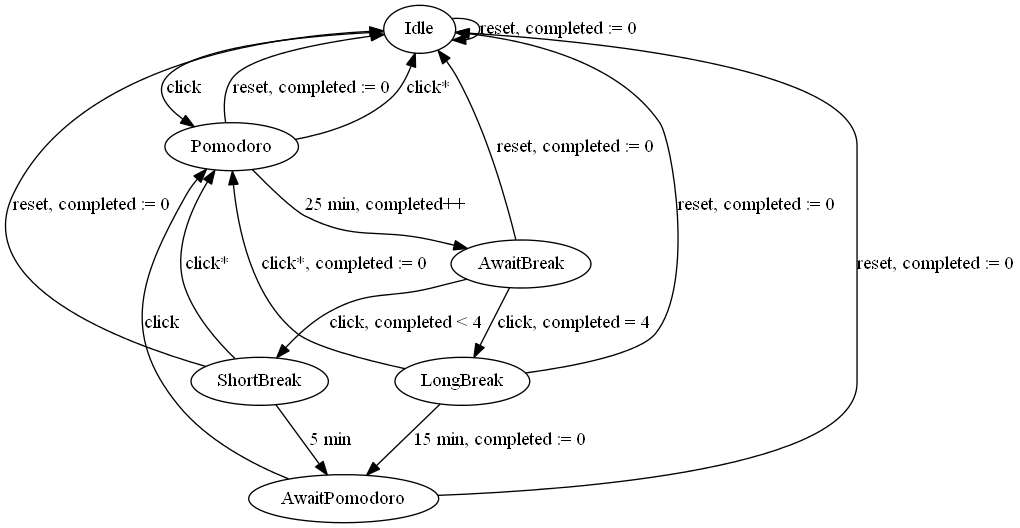
This is doc/timer-states.png from bram85/QTomato, a Graphviz export, as it was before one commit. Its source is kept beside it as doc/timer-states.gv.
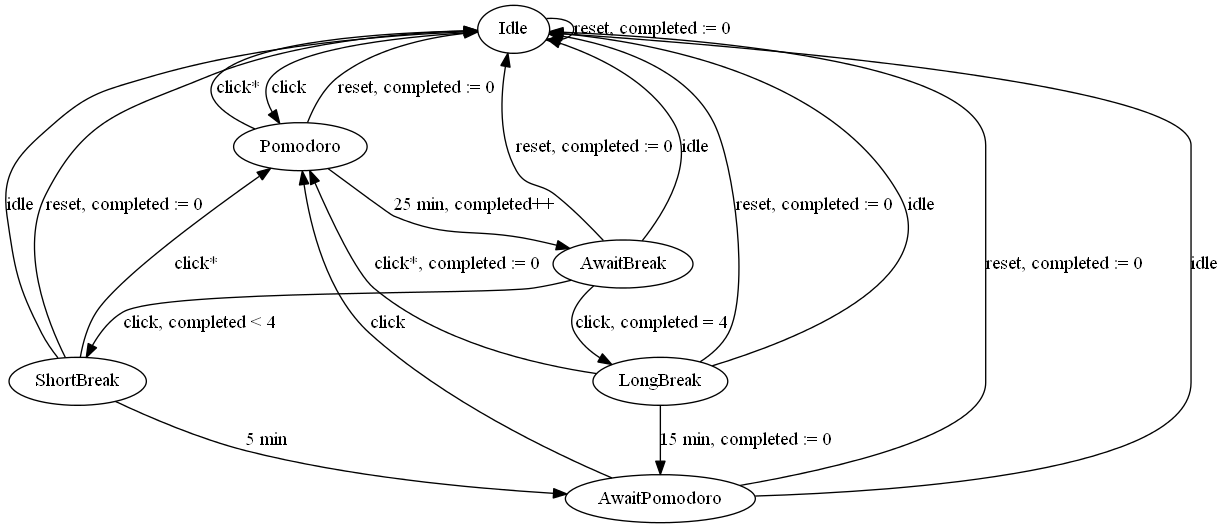
After the commit.

Commit message:
Add new action to go back to the idle state.

Change to the diagram source:
```diff
@@ -21,15 +21,19 @@
   AwaitBreak -> ShortBreak [ label = "click, completed < 4" ];
   AwaitBreak -> LongBreak [ label = "click, completed = 4" ];
   AwaitBreak -> Idle [ label = "reset, completed := 0" ];
+  AwaitBreak -> Idle [ label = "idle" ];
 
   ShortBreak -> AwaitPomodoro [ label = "5 min" ];
   ShortBreak -> Idle [ label = "reset, completed := 0" ];
   ShortBreak -> Pomodoro[ label = "click*"  ];
+  ShortBreak -> Idle [ label="idle" ];
 
   LongBreak -> AwaitPomodoro [ label = "15 min, completed := 0" ];
   LongBreak -> Idle [ label = "reset, completed := 0" ];
   LongBreak -> Pomodoro [ label = "click*, completed := 0" ];
+  LongBreak -> Idle [ label="idle" ];
 
   AwaitPomodoro -> Pomodoro [ label = "click" ];
   AwaitPomodoro -> Idle [ label = "reset, completed := 0" ];
+  AwaitPomodoro -> Idle [ label = "idle" ];
 }
```
